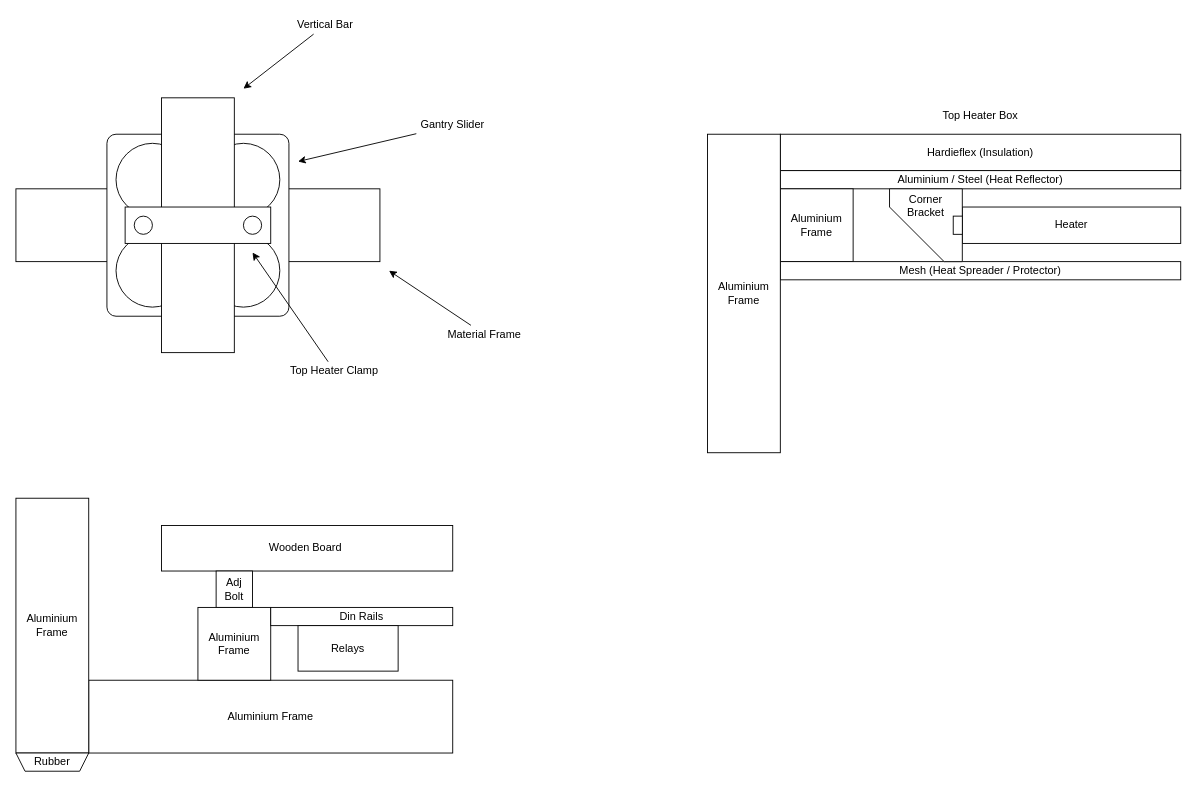
This is page "Brainstorm" (2 of 2) of Documents/Vacuum Former V5-1.drawio from XCR1793/Vacuum-Former, a draw.io file, before an edit. Source tidied: cells renumbered, new cells numbered last; positions are measured from the earlier drawing's top-left corner, leaving out a move shared by most shapes. Both pictures are drawn from the tidied source at 91%, with x=0, y=0 at pixel (15, 15).
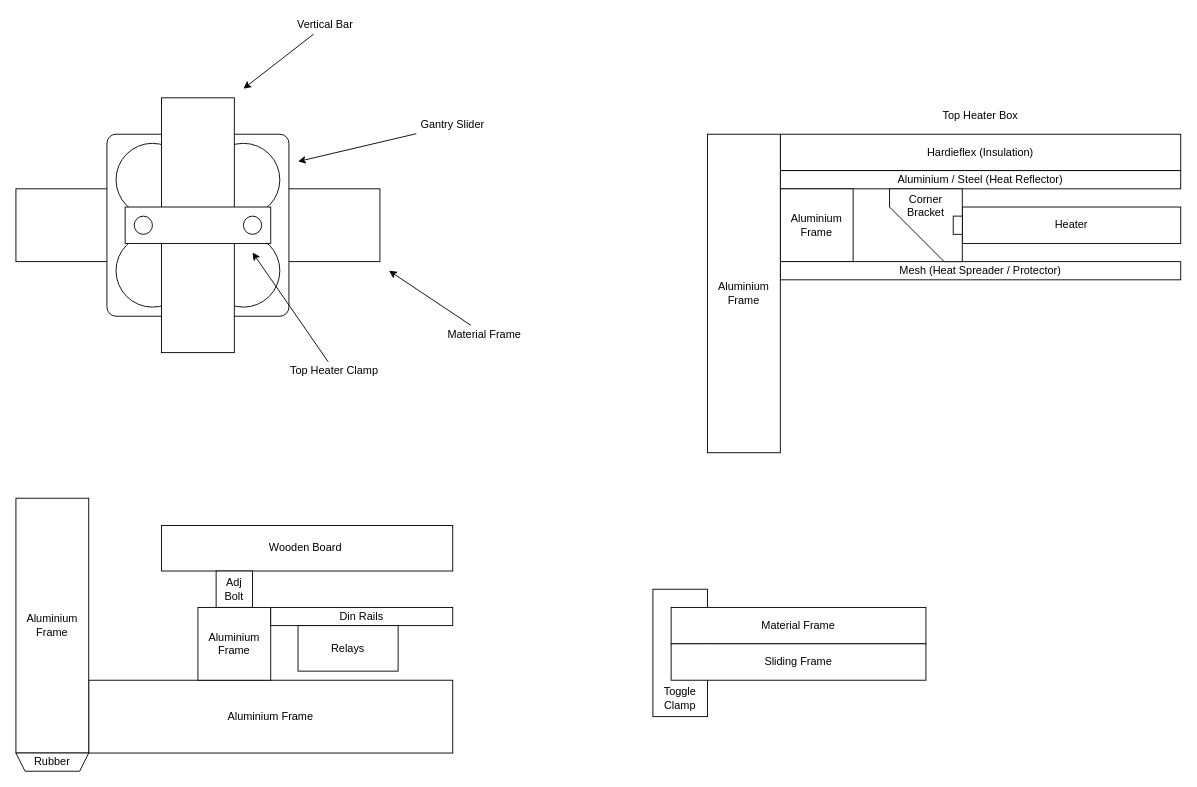
Above is the later version.

Commit message:
Ideation for Material Clamp

Change to the diagram source:
```diff
@@
+    <mxCell id="37" value="&lt;div&gt;&lt;br&gt;&lt;/div&gt;&lt;div&gt;&lt;br&gt;&lt;/div&gt;&lt;div&gt;&lt;br&gt;&lt;/div&gt;&lt;div&gt;&lt;br&gt;&lt;/div&gt;&lt;div&gt;&lt;br&gt;&lt;/div&gt;&lt;div&gt;&lt;br&gt;&lt;/div&gt;&lt;div&gt;&lt;br&gt;&lt;/div&gt;Toggle&lt;div&gt;Clamp&lt;/div&gt;" style="rounded=0;whiteSpace=wrap;html=1;" parent="1" vertex="1">
+      <mxGeometry x="700" y="630" width="60" height="140" as="geometry" />
+    </mxCell>
+    <mxCell id="38" value="Material Frame" style="rounded=0;whiteSpace=wrap;html=1;" parent="1" vertex="1">
+      <mxGeometry x="720" y="650" width="280" height="40" as="geometry" />
+    </mxCell>
+    <mxCell id="39" value="Sliding Frame" style="rounded=0;whiteSpace=wrap;html=1;" parent="1" vertex="1">
+      <mxGeometry x="720" y="690" width="280" height="40" as="geometry" />
+    </mxCell>
```
